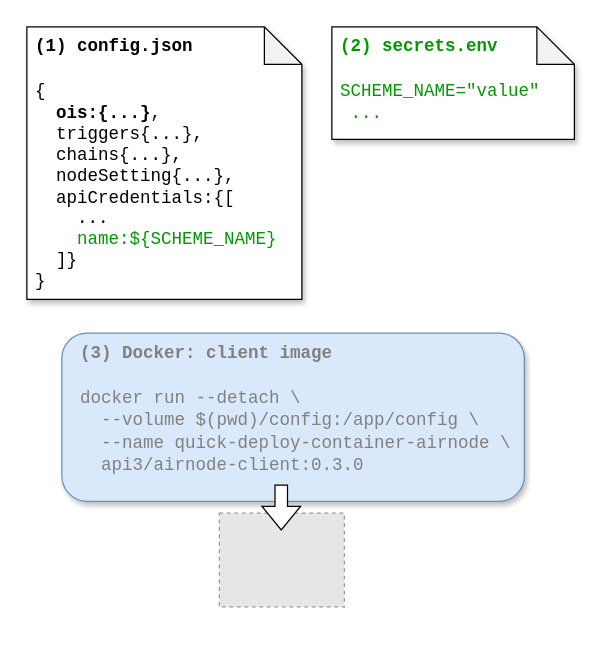
api3dao/vitepress-docs keeps this draw.io diagram as docs/reference/airnode/latest/assets/diagrams/api-provider-overview-container.drawio. Above is the earlier version. Source tidied: cells renumbered, new cells numbered last; positions are measured from the earlier drawing's top-left corner, leaving out a move shared by most shapes. Both pictures are drawn from the tidied source at 125%, with x=0, y=0 at pixel (26, 26). Pictures stored in the file or linked from it are replaced by grey dashed boxes.
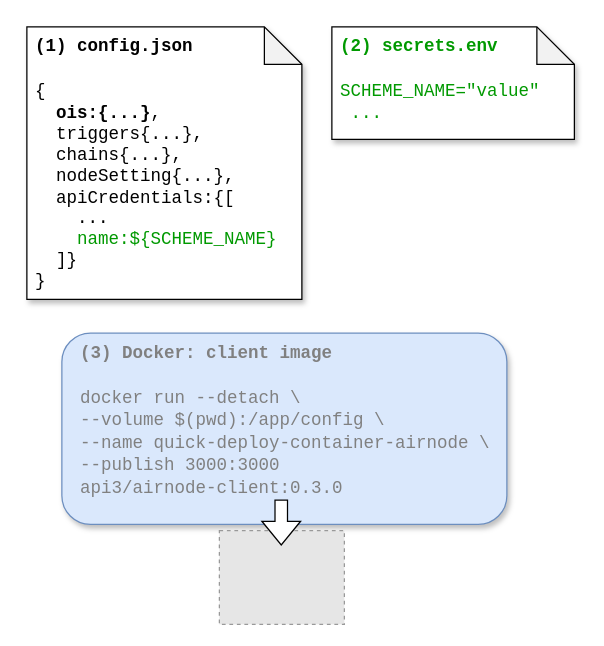
The same page after the edit.

The edit, as a diff of the source:
```diff
@@
 <mxGraphModel>
   <root>
     <mxCell id="0" />
     <mxCell id="1" parent="0" />
-    <mxCell id="2" value="&lt;div style=&quot;font-size: 14px&quot;&gt;&lt;font style=&quot;font-size: 14px&quot; face=&quot;Courier New&quot;&gt;&lt;b&gt;(3) Docker: client image&lt;/b&gt;&lt;/font&gt;&lt;/div&gt;&lt;div style=&quot;font-size: 14px&quot;&gt;&lt;font style=&quot;font-size: 14px&quot; face=&quot;Courier New&quot;&gt;&lt;br&gt;&lt;/font&gt;&lt;/div&gt;&lt;div style=&quot;font-size: 14px&quot;&gt;&lt;div style=&quot;line-height: 17px&quot;&gt;&lt;div&gt;&lt;font face=&quot;Courier New&quot; style=&quot;font-size: 14px&quot;&gt;docker run --detach \&lt;/font&gt;&lt;/div&gt;&lt;div&gt;&lt;font face=&quot;Courier New&quot; style=&quot;font-size: 14px&quot;&gt;&amp;nbsp; --volume $(pwd)/config:/app/config \&lt;/font&gt;&lt;/div&gt;&lt;div&gt;&lt;font face=&quot;Courier New&quot; style=&quot;font-size: 14px&quot;&gt;&amp;nbsp; --name quick-deploy-container-airnode \&lt;/font&gt;&lt;/div&gt;&lt;div&gt;&lt;font face=&quot;Courier New&quot; style=&quot;font-size: 14px&quot;&gt;&amp;nbsp; api3/airnode-client:0.3.0&lt;/font&gt;&lt;/div&gt;&lt;/div&gt;&lt;/div&gt;" style="rounded=1;whiteSpace=wrap;html=1;fontSize=11;align=left;fillColor=#dae8fc;strokeColor=#6c8ebf;shadow=1;spacingLeft=13;spacingRight=5;verticalAlign=top;fontColor=#808080;" parent="1" vertex="1">
-      <mxGeometry x="28" y="245" width="370" height="134.5" as="geometry" />
+    <mxCell id="2" value="&lt;div style=&quot;font-size: 14px&quot;&gt;&lt;font style=&quot;font-size: 14px&quot; face=&quot;Courier New&quot;&gt;&lt;b&gt;(3) Docker: client image&lt;/b&gt;&lt;/font&gt;&lt;/div&gt;&lt;div style=&quot;font-size: 14px&quot;&gt;&lt;font style=&quot;font-size: 14px&quot; face=&quot;Courier New&quot;&gt;&lt;br&gt;&lt;/font&gt;&lt;/div&gt;&lt;div style=&quot;font-size: 14px&quot;&gt;&lt;div style=&quot;line-height: 17px&quot;&gt;&lt;div&gt;&lt;font face=&quot;Courier New&quot; style=&quot;font-size: 14px&quot;&gt;docker run --detach \&lt;/font&gt;&lt;/div&gt;&lt;div&gt;&lt;font face=&quot;Courier New&quot; style=&quot;font-size: 14px&quot;&gt;--volume $(pwd):/app/config \&lt;/font&gt;&lt;/div&gt;&lt;div&gt;&lt;font face=&quot;Courier New&quot; style=&quot;font-size: 14px&quot;&gt;--name quick-deploy-container-airnode \&lt;/font&gt;&lt;/div&gt;&lt;div&gt;&lt;font face=&quot;Courier New&quot; style=&quot;font-size: 14px&quot;&gt;--publish 3000:3000&lt;/font&gt;&lt;/div&gt;&lt;div&gt;&lt;font face=&quot;Courier New&quot; style=&quot;font-size: 14px&quot;&gt;api3/airnode-client:0.3.0&lt;/font&gt;&lt;/div&gt;&lt;/div&gt;&lt;/div&gt;" style="rounded=1;whiteSpace=wrap;html=1;fontSize=11;align=left;fillColor=#dae8fc;strokeColor=#6c8ebf;shadow=1;spacingLeft=13;spacingRight=5;verticalAlign=top;fontColor=#808080;" parent="1" vertex="1">
+      <mxGeometry x="28" y="245" width="356" height="153" as="geometry" />
     </mxCell>
     <mxCell id="3" value="&lt;span style=&quot;font-size: 14px&quot;&gt;&lt;font face=&quot;Courier New&quot;&gt;&lt;b&gt;(1) config.json&lt;/b&gt;&lt;br style=&quot;font-size: 14px&quot;&gt;&lt;br style=&quot;font-size: 14px&quot;&gt;&lt;/font&gt;&lt;/span&gt;&lt;div style=&quot;font-size: 14px&quot;&gt;&lt;span style=&quot;font-size: 14px&quot;&gt;&lt;font face=&quot;Courier New&quot;&gt;{&lt;/font&gt;&lt;/span&gt;&lt;/div&gt;&lt;div style=&quot;font-size: 14px&quot;&gt;&lt;font face=&quot;Courier New&quot;&gt;&lt;span style=&quot;font-size: 14px&quot;&gt;&amp;nbsp;&amp;nbsp;&lt;b style=&quot;font-size: 14px&quot;&gt;ois:{...&lt;/b&gt;&lt;/span&gt;&lt;span style=&quot;font-size: 14px&quot;&gt;&lt;b style=&quot;font-size: 14px&quot;&gt;}&lt;/b&gt;,&lt;/span&gt;&lt;/font&gt;&lt;/div&gt;&lt;font style=&quot;font-size: 14px&quot;&gt;&lt;font face=&quot;Courier New&quot; style=&quot;font-size: 14px&quot;&gt;&lt;div style=&quot;font-size: 14px&quot;&gt;&amp;nbsp; triggers{...},&lt;/div&gt;&lt;div style=&quot;font-size: 14px&quot;&gt;&amp;nbsp; chains{...},&lt;/div&gt;&lt;div style=&quot;font-size: 14px&quot;&gt;&amp;nbsp; nodeSetting{...},&lt;/div&gt;&lt;div style=&quot;font-size: 14px&quot;&gt;&amp;nbsp;&amp;nbsp;apiCredentials:{[&lt;/div&gt;&lt;div style=&quot;font-size: 14px&quot;&gt;&amp;nbsp; &amp;nbsp; ...&lt;/div&gt;&lt;div style=&quot;font-size: 14px&quot;&gt;&amp;nbsp; &amp;nbsp;&amp;nbsp;&lt;font color=&quot;#009900&quot; style=&quot;font-size: 14px&quot;&gt;name:${&lt;/font&gt;&lt;font color=&quot;#009900&quot; style=&quot;font-size: 14px&quot;&gt;&lt;span style=&quot;background-color: transparent ; font-size: 14px&quot;&gt;SCHEME_NAME&lt;/span&gt;}&lt;/font&gt;&lt;/div&gt;&lt;/font&gt;&lt;font face=&quot;Courier New&quot; style=&quot;font-size: 14px&quot;&gt;&lt;div style=&quot;font-size: 14px&quot;&gt;&amp;nbsp; ]}&amp;nbsp; &amp;nbsp;&lt;/div&gt;&lt;div style=&quot;font-size: 14px&quot;&gt;}&lt;/div&gt;&lt;div style=&quot;font-size: 14px&quot;&gt;&lt;br style=&quot;font-size: 14px&quot;&gt;&lt;/div&gt;&lt;/font&gt;&lt;/font&gt;" style="shape=note;whiteSpace=wrap;html=1;backgroundOutline=1;darkOpacity=0.05;shadow=1;verticalAlign=top;align=left;fontSize=14;spacingLeft=5;" parent="1" vertex="1">
       <mxGeometry width="220" height="218" as="geometry" />
     </mxCell>
     <mxCell id="4" value="&lt;div style=&quot;font-size: 14px&quot;&gt;&lt;/div&gt;&lt;span style=&quot;font-size: 14px ; text-align: center&quot;&gt;&lt;font face=&quot;Courier New&quot;&gt;&lt;b&gt;(2) secrets.env&lt;/b&gt;&lt;br style=&quot;font-size: 14px&quot;&gt;&lt;br style=&quot;font-size: 14px&quot;&gt;&lt;/font&gt;&lt;/span&gt;&lt;div style=&quot;font-size: 14px&quot;&gt;&lt;span style=&quot;font-size: 14px&quot;&gt;&lt;font face=&quot;Courier New&quot; style=&quot;font-size: 14px&quot;&gt;SCHEME_NAME=&quot;value&quot;&lt;/font&gt;&lt;/span&gt;&lt;/div&gt;&lt;div style=&quot;font-size: 14px&quot;&gt;&lt;font face=&quot;Courier New&quot; style=&quot;font-size: 14px&quot;&gt;&amp;nbsp;...&lt;/font&gt;&lt;/div&gt;" style="shape=note;whiteSpace=wrap;html=1;backgroundOutline=1;darkOpacity=0.05;shadow=1;fontColor=#009900;align=left;verticalAlign=top;fontSize=14;spacingLeft=5;" parent="1" vertex="1">
       <mxGeometry x="244" width="194" height="90" as="geometry" />
     </mxCell>
     <mxCell id="5" style="fillColor=#E6E6E6;strokeColor=#999999;dashed=1;verticalLabelPosition=bottom;labelBackgroundColor=#ffffff;verticalAlign=top;" parent="1" vertex="1">
-      <mxGeometry x="154" y="389" width="100" height="75" as="geometry" />
+      <mxGeometry x="154" y="403" width="100" height="75" as="geometry" />
     </mxCell>
     <mxCell id="6" style="shape=flexArrow;endArrow=classic;html=1;rounded=0;fontColor=#000000;strokeColor=#000000;strokeWidth=1;fillColor=#FFFFFF;gradientColor=#ffffff;gradientDirection=west;edgeStyle=orthogonalEdgeStyle;" parent="1" edge="1">
       <mxGeometry relative="1" as="geometry">
-        <mxPoint x="203.5" y="366" as="sourcePoint" />
-        <mxPoint x="203.5" y="403" as="targetPoint" />
+        <mxPoint x="203.5" y="378" as="sourcePoint" />
+        <mxPoint x="203.5" y="415" as="targetPoint" />
       </mxGeometry>
     </mxCell>
   </root>
 </mxGraphModel>
```
